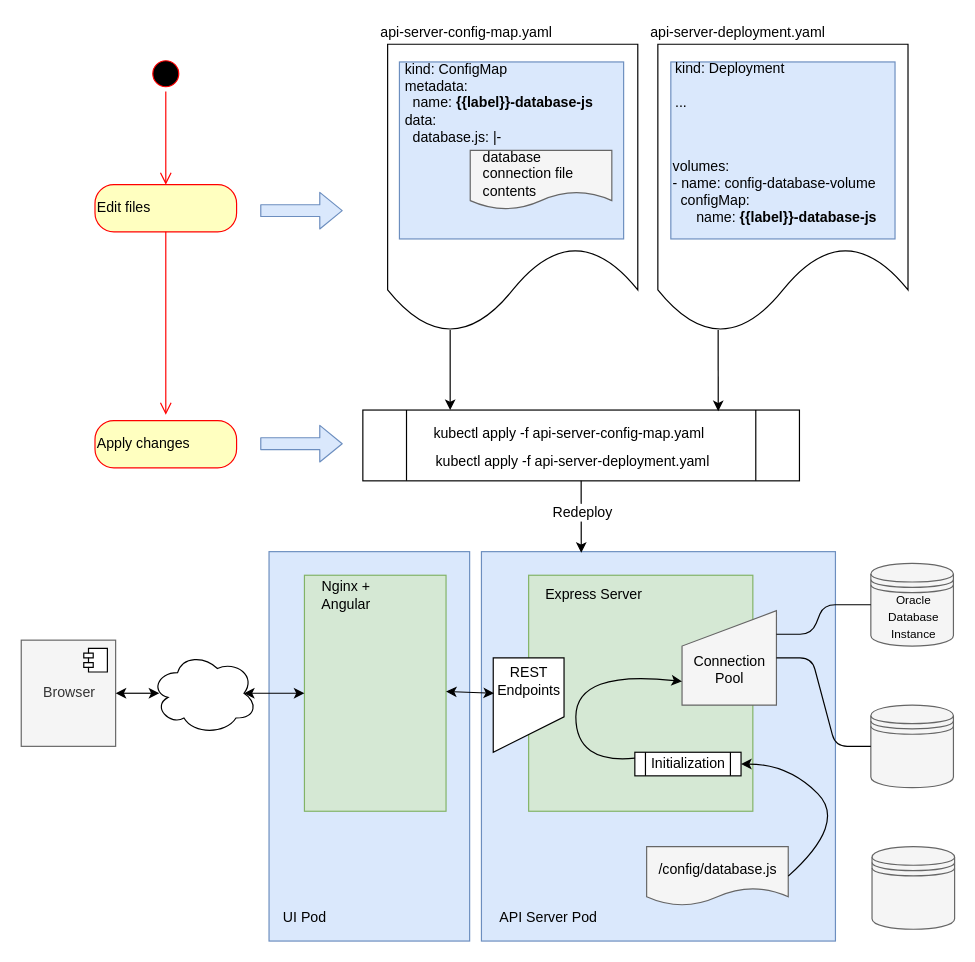
This is docs/images/src/update-database-connections.drawio from visulate/visulate-for-oracle, a draw.io file, before an edit. Source tidied: cells renumbered, new cells numbered last; positions are measured from the earlier drawing's top-left corner, leaving out a move shared by most shapes. Both pictures are drawn from the tidied source at 118%, with x=0, y=0 at pixel (21, 20).
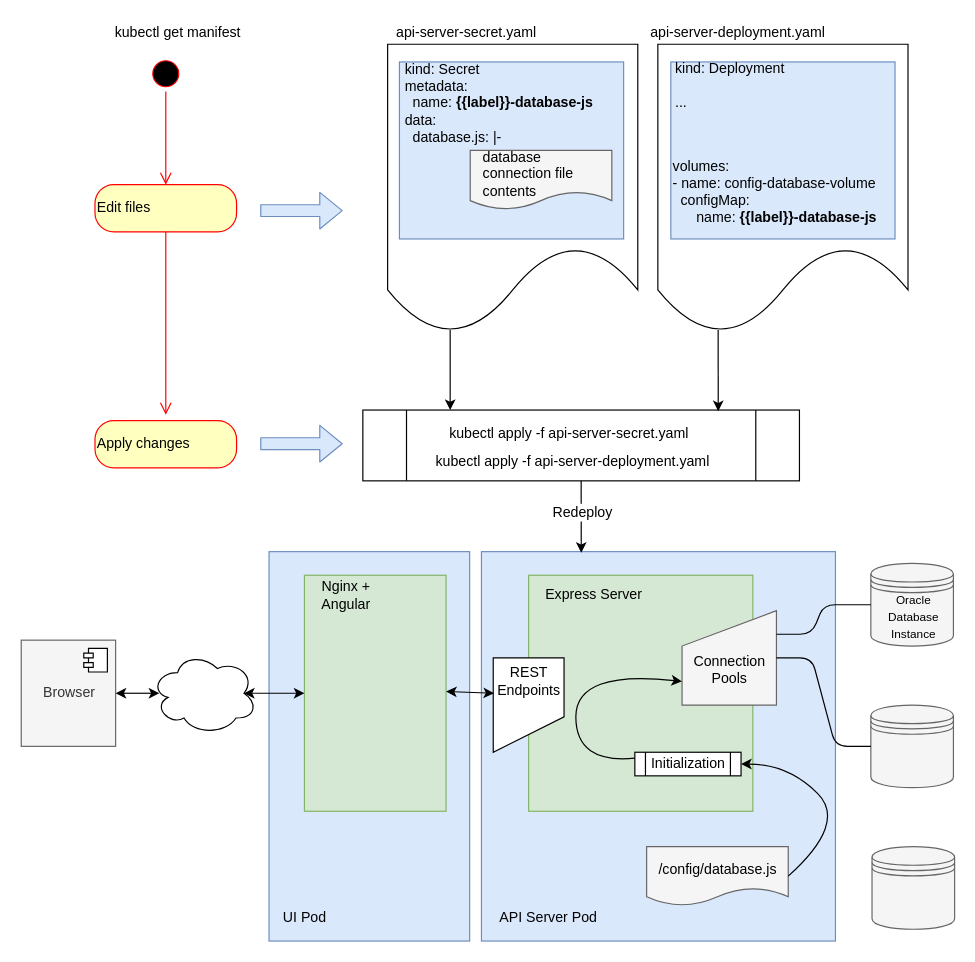
After the change.

Unchanged cells that the change refers to:
```xml
<mxCell id="52" style="group;" parent="1" vertex="1">
  <mxGeometry x="292" width="230" height="307" as="geometry" />
</mxCell>
```

Diff of the diagram source:
```diff
@@
-    <mxCell id="14" value="Connection Pool" style="text;html=1;strokeColor=none;fillColor=none;align=center;verticalAlign=middle;whiteSpace=wrap;rounded=0;" parent="1" vertex="1">
+    <mxCell id="14" value="Connection Pools" style="text;html=1;strokeColor=none;fillColor=none;align=center;verticalAlign=middle;whiteSpace=wrap;rounded=0;" parent="1" vertex="1">
       <mxGeometry x="579.5" y="540" width="40" height="20" as="geometry" />
     </mxCell>
@@
-    <mxCell id="34" value="kubectl apply -f api-server-config-map.yaml" style="text;html=1;strokeColor=none;fillColor=none;align=center;verticalAlign=middle;whiteSpace=wrap;rounded=0;" parent="1" vertex="1">
+    <mxCell id="34" value="kubectl apply -f api-server-secret.yaml" style="text;html=1;strokeColor=none;fillColor=none;align=center;verticalAlign=middle;whiteSpace=wrap;rounded=0;" parent="1" vertex="1">
       <mxGeometry x="319" y="340" width="290" height="20" as="geometry" />
     </mxCell>
@@
-    <mxCell id="57" value="kind: ConfigMap&lt;br&gt;metadata:&lt;br&gt;&amp;nbsp; name: &lt;b&gt;{{label}}-database-js&lt;/b&gt;&lt;br&gt;data:&lt;br&gt;&amp;nbsp; database.js: |-" style="text;html=1;strokeColor=none;fillColor=none;align=left;verticalAlign=middle;whiteSpace=wrap;rounded=0;labelPosition=center;verticalLabelPosition=middle;" parent="52" vertex="1">
+    <mxCell id="57" value="kind: Secret&lt;br&gt;metadata:&lt;br&gt;&amp;nbsp; name: &lt;b&gt;{{label}}-database-js&lt;/b&gt;&lt;br&gt;data:&lt;br&gt;&amp;nbsp; database.js: |-" style="text;html=1;strokeColor=none;fillColor=none;align=left;verticalAlign=middle;whiteSpace=wrap;rounded=0;labelPosition=center;verticalLabelPosition=middle;" parent="52" vertex="1">
       <mxGeometry x="31" y="40" width="190" height="60" as="geometry" />
     </mxCell>
-    <mxCell id="58" value="api-server-config-map.yaml" style="text;html=1;strokeColor=none;fillColor=none;align=center;verticalAlign=middle;whiteSpace=wrap;rounded=0;" parent="52" vertex="1">
+    <mxCell id="58" value="api-server-secret.yaml" style="text;html=1;strokeColor=none;fillColor=none;align=center;verticalAlign=middle;whiteSpace=wrap;rounded=0;" parent="52" vertex="1">
       <mxGeometry width="170" height="20" as="geometry" />
     </mxCell>
@@
+    <mxCell id="60" value="kubectl get manifest" style="text;html=1;align=center;verticalAlign=middle;fillColor=none;strokeColor=none;rounded=0;" parent="1" vertex="1">
+      <mxGeometry x="72" width="120" height="20" as="geometry" />
+    </mxCell>
```
